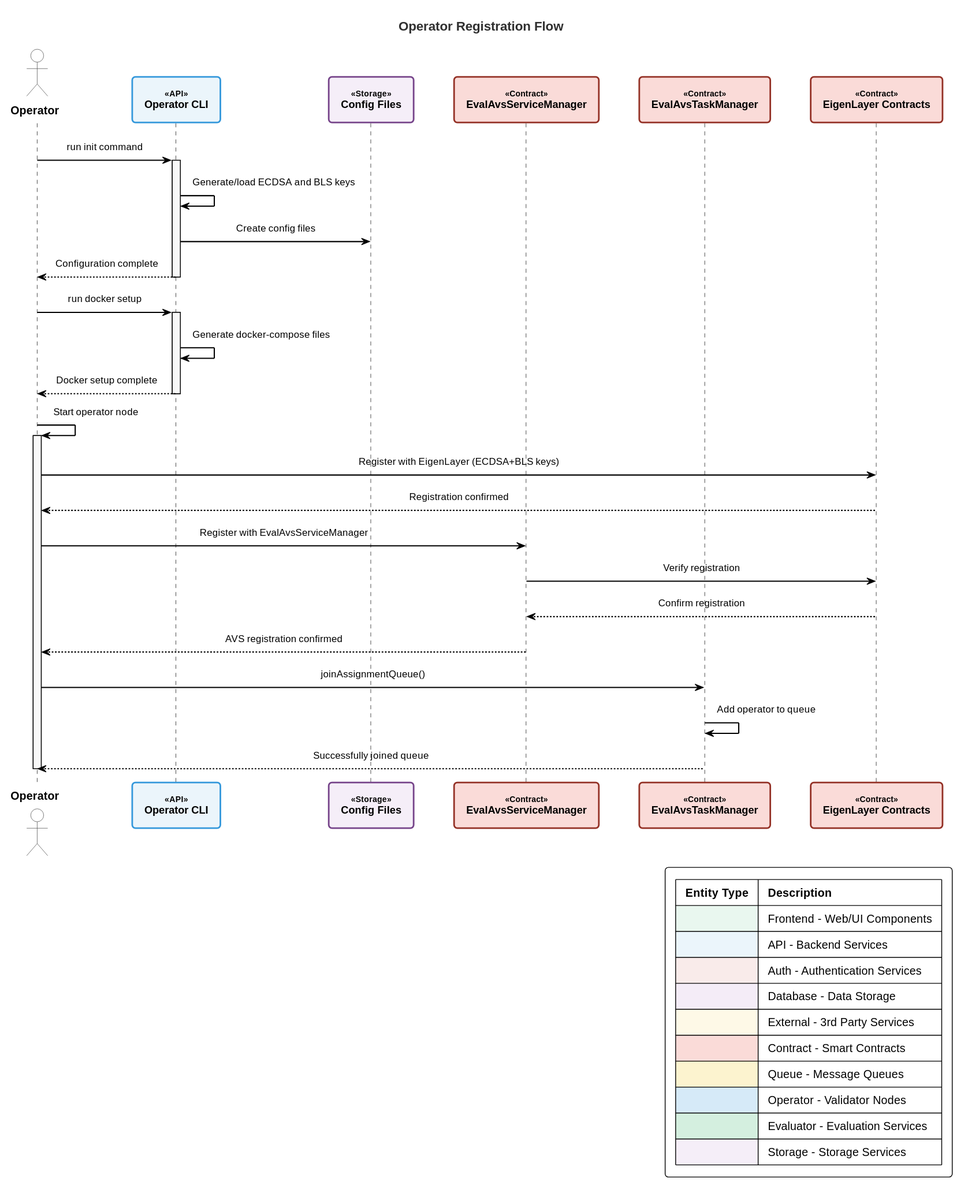
Before: custom-diagrams/diagrams/avs-registration-flow.svg, a diagram exported from PlantUML (k-g-j/ll-sequence-diagrams).
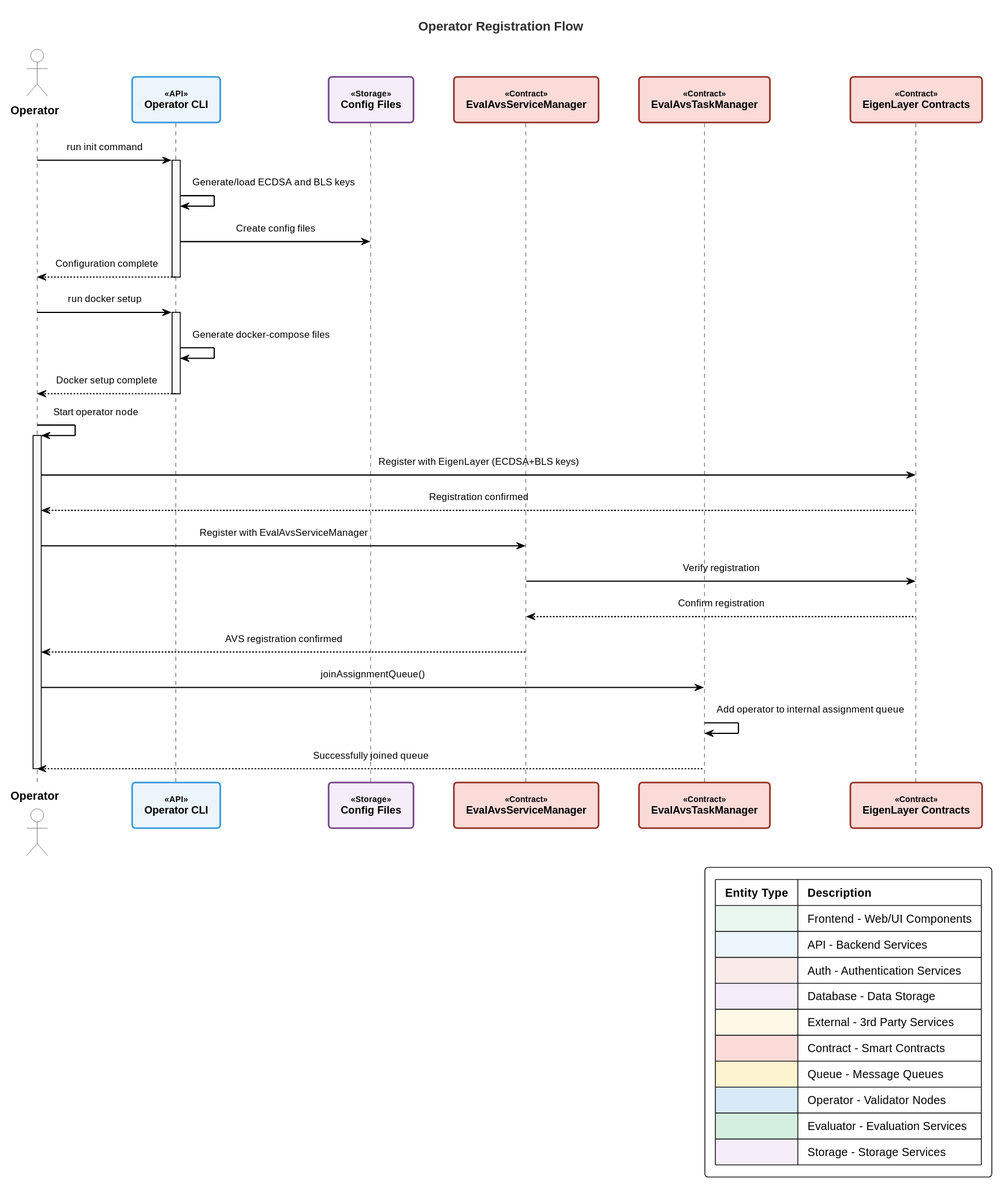
After the change.

The edit, as a diff of the source:
```diff
@@ -40,7 +40,7 @@
 ServiceManager --> Operator: AVS registration confirmed
 
 Operator -> TaskManager: joinAssignmentQueue()
-TaskManager -> TaskManager: Add operator to queue
+TaskManager -> TaskManager: Add operator to internal assignment queue
 TaskManager --> Operator: Successfully joined queue
 deactivate Operator
 @enduml
```
